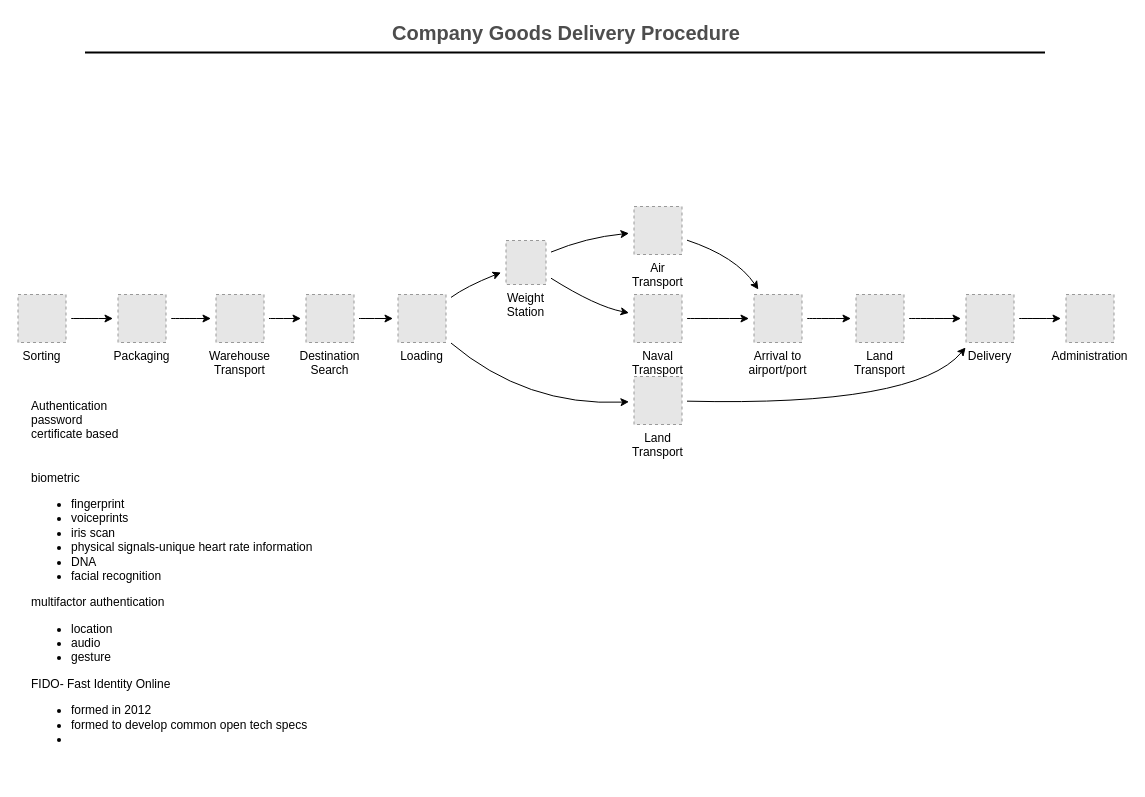
Before: EvolutionOfLogin.drawio in NetraScorp/StoryTelling, a draw.io diagram. Source tidied: cells renumbered, new cells numbered last; positions are measured from the earlier drawing's top-left corner, leaving out a move shared by most shapes. Both pictures are drawn from the tidied source at 100%, with x=0, y=0 at pixel (17, 17). Pictures stored in the file or linked from it are replaced by grey dashed boxes.
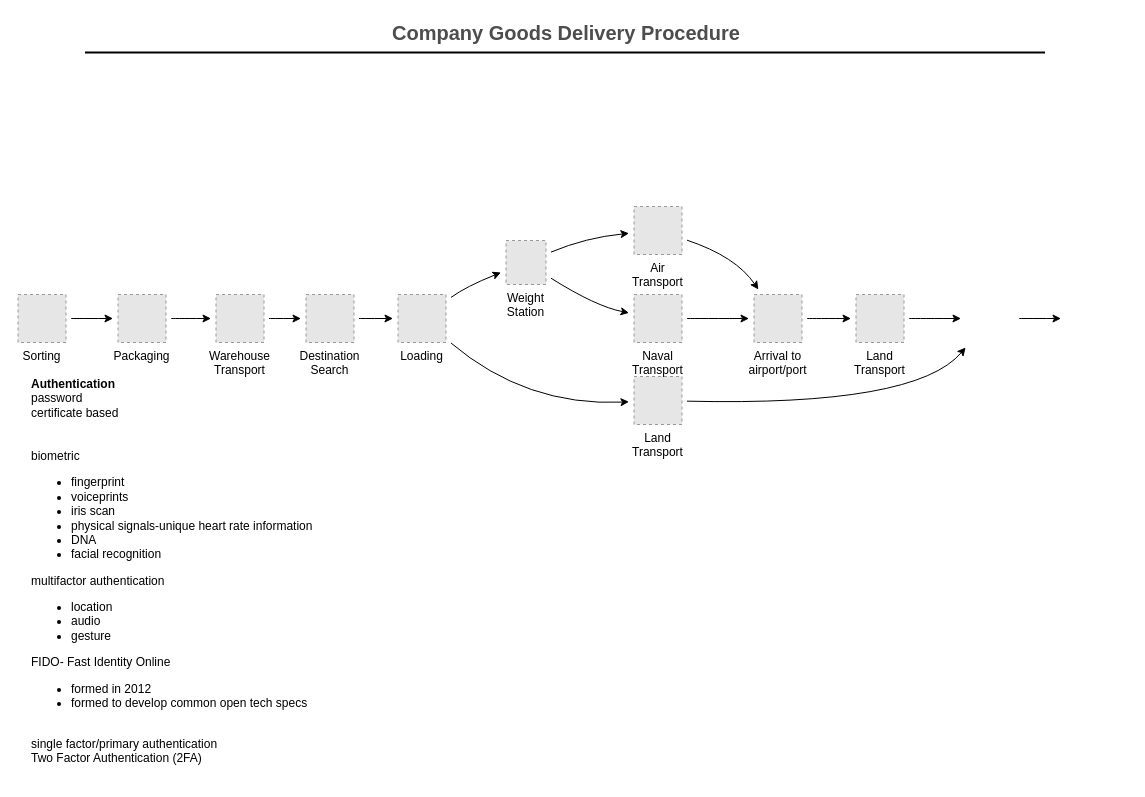
After the change.

The change refers to these unchanged cells:
```xml
<mxCell id="7" value="Land&#10;Transport" style="fillColor=#E6E6E6;strokeColor=#999999;dashed=1;verticalLabelPosition=bottom;verticalAlign=top;" parent="1" vertex="1">
  <mxGeometry x="616.5" y="359" width="48" height="48" as="geometry" />
</mxCell>
<mxCell id="25" value="Land&#10;Transport" style="fillColor=#E6E6E6;strokeColor=#999999;dashed=1;verticalLabelPosition=bottom;verticalAlign=top;" parent="1" vertex="1">
  <mxGeometry x="838.5" y="277" width="48" height="48" as="geometry" />
</mxCell>
```

What changed in the source:
```diff
@@
-    <mxCell id="6" style="jettySize=auto;html=1;curved=1;sourcePerimeterSpacing=5;targetPerimeterSpacing=5;" parent="1" edge="1" source="7" target="27">
+    <mxCell id="6" style="jettySize=auto;html=1;curved=1;sourcePerimeterSpacing=5;targetPerimeterSpacing=5;" parent="1" edge="1" source="7">
       <mxGeometry relative="1" as="geometry">
+        <mxPoint x="948.1" y="330" as="targetPoint" />
         <Array as="points">
           <mxPoint x="898.5" y="389" />
         </Array>
       </mxGeometry>
     </mxCell>
@@
-    <mxCell id="24" style="jettySize=auto;html=1;curved=1;sourcePerimeterSpacing=5;targetPerimeterSpacing=5;" parent="1" edge="1" source="25" target="27">
-      <mxGeometry relative="1" as="geometry" />
+    <mxCell id="24" style="jettySize=auto;html=1;curved=1;sourcePerimeterSpacing=5;targetPerimeterSpacing=5;" parent="1" edge="1" source="25">
+      <mxGeometry relative="1" as="geometry">
+        <mxPoint x="943.5" y="301" as="targetPoint" />
+      </mxGeometry>
     </mxCell>
@@
-    <mxCell id="26" style="jettySize=auto;html=1;curved=1;sourcePerimeterSpacing=5;targetPerimeterSpacing=5;" parent="1" edge="1" source="27" target="28">
-      <mxGeometry relative="1" as="geometry" />
+    <mxCell id="26" style="orthogonalLoop=1;jettySize=auto;html=1;curved=1;sourcePerimeterSpacing=5;targetPerimeterSpacing=5;" parent="1" edge="1">
+      <mxGeometry relative="1" as="geometry">
+        <mxPoint x="1001.5" y="301" as="sourcePoint" />
+        <mxPoint x="1043.5" y="301" as="targetPoint" />
+      </mxGeometry>
     </mxCell>
-    <mxCell id="27" value="Delivery" style="fillColor=#E6E6E6;strokeColor=#999999;dashed=1;verticalLabelPosition=bottom;verticalAlign=top;" parent="1" vertex="1">
-      <mxGeometry x="948.5" y="277" width="48" height="48" as="geometry" />
-    </mxCell>
-    <mxCell id="28" value="Administration" style="fillColor=#E6E6E6;strokeColor=#999999;dashed=1;verticalLabelPosition=bottom;verticalAlign=top;" parent="1" vertex="1">
-      <mxGeometry x="1048.5" y="277" width="48" height="48" as="geometry" />
-    </mxCell>
@@
-    <mxCell id="31" value="Authentication&lt;br&gt;password&lt;br&gt;certificate based&lt;br&gt;&lt;br&gt;&lt;br&gt;biometric&lt;br&gt;&lt;ul&gt;&lt;li&gt;fingerprint&lt;/li&gt;&lt;li&gt;voiceprints&lt;/li&gt;&lt;li&gt;iris scan&lt;/li&gt;&lt;li&gt;physical signals-unique heart rate information&lt;/li&gt;&lt;li&gt;DNA&lt;/li&gt;&lt;li&gt;facial recognition&lt;br&gt;&lt;/li&gt;&lt;/ul&gt;multifactor authentication&lt;br&gt;&lt;ul&gt;&lt;li&gt;&lt;span&gt;location&lt;/span&gt;&lt;/li&gt;&lt;li&gt;&lt;span&gt;audio&lt;/span&gt;&lt;/li&gt;&lt;li&gt;&lt;span&gt;gesture&lt;/span&gt;&lt;/li&gt;&lt;/ul&gt;FIDO- Fast Identity Online&lt;br&gt;&lt;ul&gt;&lt;li&gt;formed in 2012&lt;/li&gt;&lt;li&gt;formed to develop common open tech specs&lt;/li&gt;&lt;li&gt;&lt;br&gt;&lt;/li&gt;&lt;/ul&gt;" style="text;html=1;align=left;verticalAlign=middle;strokeColor=none;fillColor=none;" parent="1" vertex="1">
-      <mxGeometry x="12" y="383" width="291" height="356" as="geometry" />
+    <mxCell id="31" value="&lt;b&gt;Authentication&lt;/b&gt;&lt;br&gt;password&lt;br&gt;certificate based&lt;br&gt;&lt;br&gt;&lt;br&gt;biometric&lt;br&gt;&lt;ul&gt;&lt;li&gt;fingerprint&lt;/li&gt;&lt;li&gt;voiceprints&lt;/li&gt;&lt;li&gt;iris scan&lt;/li&gt;&lt;li&gt;physical signals-unique heart rate information&lt;/li&gt;&lt;li&gt;DNA&lt;/li&gt;&lt;li&gt;facial recognition&lt;br&gt;&lt;/li&gt;&lt;/ul&gt;multifactor authentication&lt;br&gt;&lt;ul&gt;&lt;li&gt;&lt;span&gt;location&lt;/span&gt;&lt;/li&gt;&lt;li&gt;&lt;span&gt;audio&lt;/span&gt;&lt;/li&gt;&lt;li&gt;&lt;span&gt;gesture&lt;/span&gt;&lt;/li&gt;&lt;/ul&gt;FIDO- Fast Identity Online&lt;br&gt;&lt;ul&gt;&lt;li&gt;formed in 2012&lt;/li&gt;&lt;li&gt;formed to develop common open tech specs&lt;/li&gt;&lt;/ul&gt;&lt;div&gt;&lt;br&gt;&lt;/div&gt;&lt;div&gt;single factor/primary authentication&lt;/div&gt;&lt;div&gt;Two Factor Authentication (2FA)&lt;/div&gt;&lt;div&gt;&lt;br&gt;&lt;/div&gt;" style="text;html=1;align=left;verticalAlign=middle;strokeColor=none;fillColor=none;" parent="1" vertex="1">
+      <mxGeometry x="12" y="362" width="291" height="398" as="geometry" />
     </mxCell>
```
